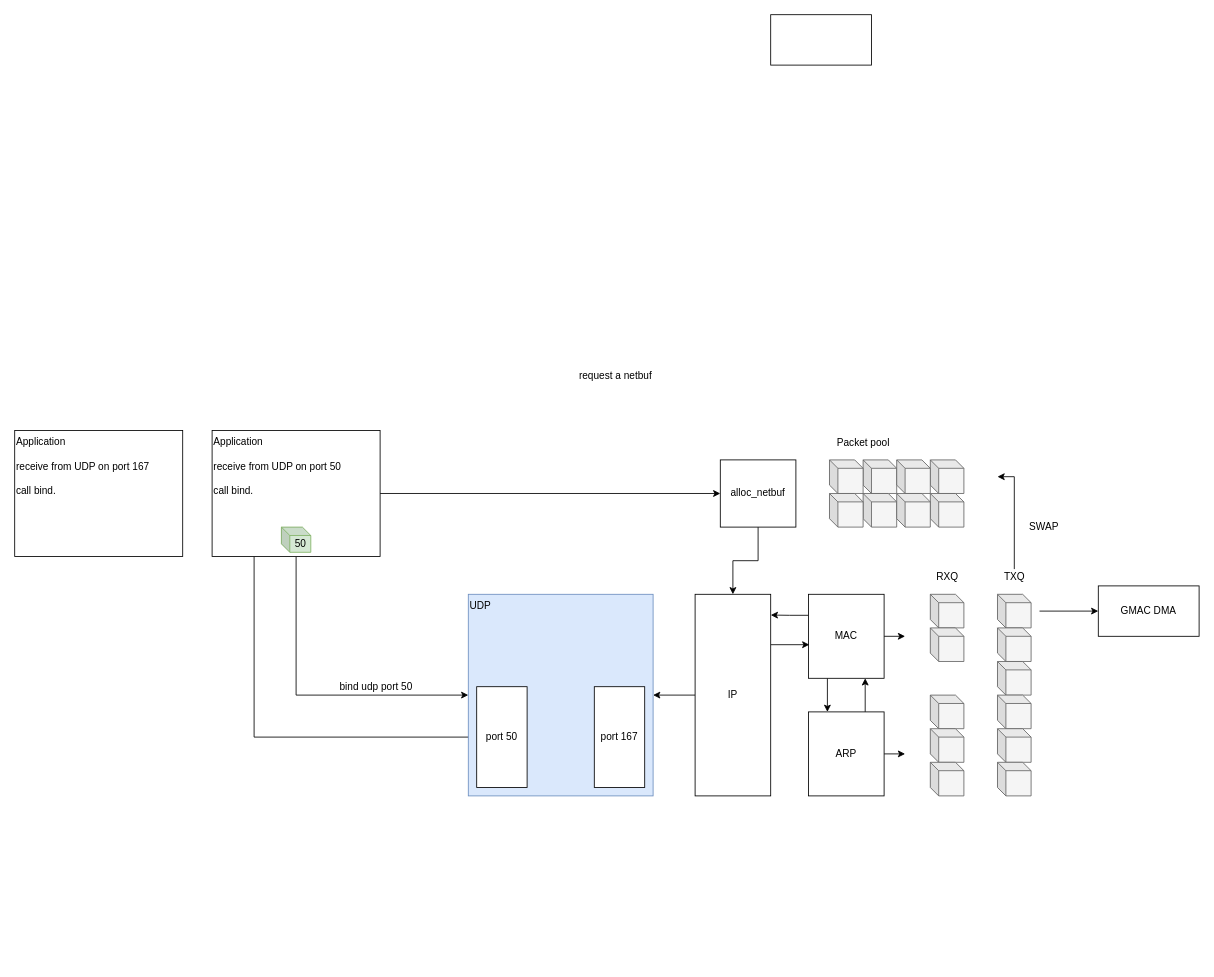
Before: doc/diagrams/net.drawio.xml in strawberryhacker/operating-system-cortex-a5, a draw.io diagram. Source tidied: cells renumbered, new cells numbered last; positions are measured from the earlier drawing's top-left corner, leaving out a move shared by most shapes. Both pictures are drawn from the tidied source at 84%, with x=0, y=0 at pixel (14, 14).
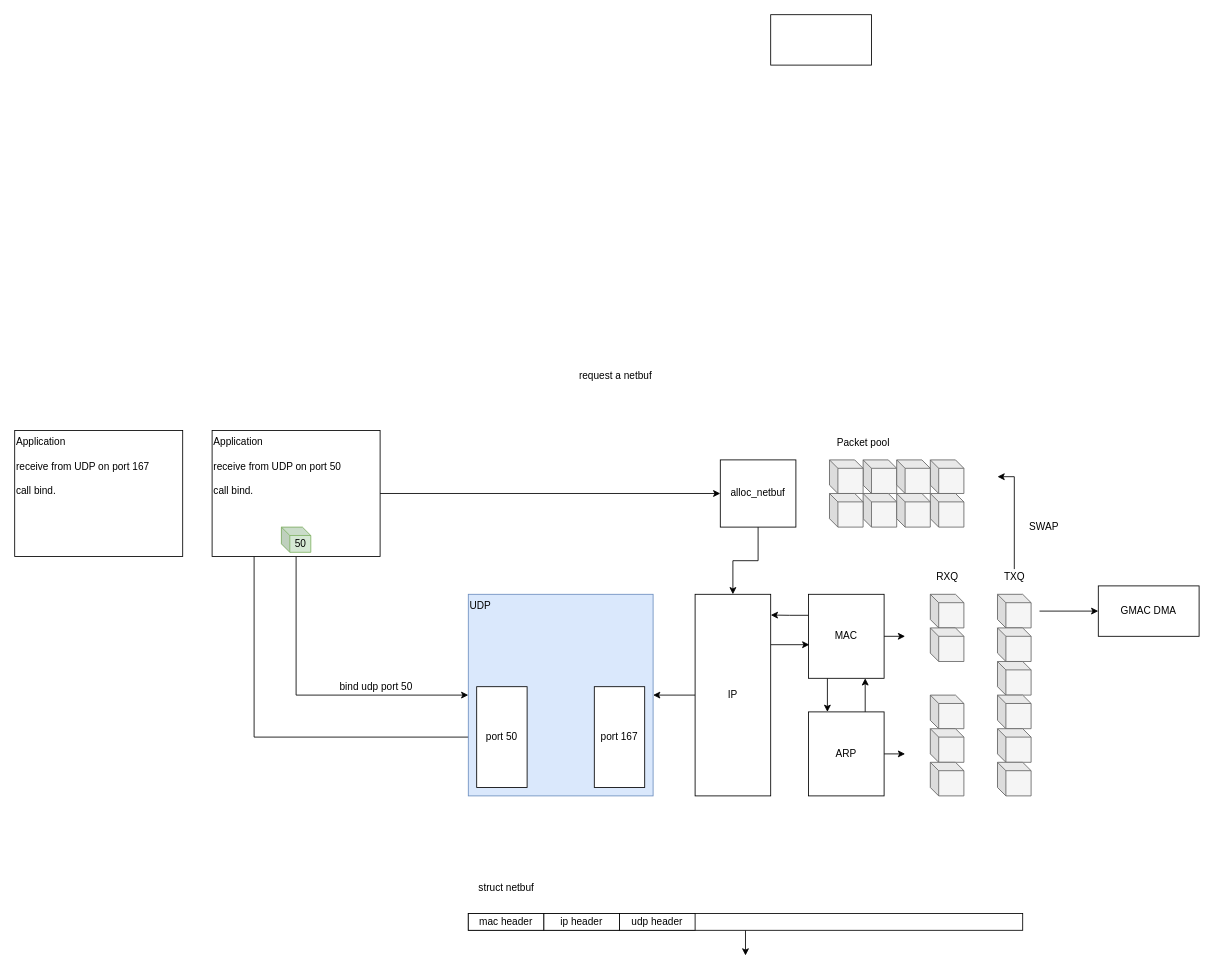
The same diagram, later.

The edit, as a diff of the source:
```diff
@@
+    <mxCell id="52" style="edgeStyle=orthogonalEdgeStyle;rounded=0;jettySize=auto;html=1;exitX=0.5;exitY=1;exitDx=0;exitDy=0;" parent="1" edge="1" source="53">
+      <mxGeometry relative="1" as="geometry">
+        <mxPoint x="870" y="1120" as="targetPoint" />
+      </mxGeometry>
+    </mxCell>
+    <mxCell id="53" style="rounded=0;whiteSpace=wrap;html=1;align=center;verticalAlign=middle;" parent="1" vertex="1">
+      <mxGeometry x="540" y="1070" width="660" height="20" as="geometry" />
+    </mxCell>
+    <mxCell id="54" value="struct netbuf" style="text;html=1;align=center;verticalAlign=middle;" parent="1" vertex="1">
+      <mxGeometry x="540" y="1030" width="90" height="20" as="geometry" />
+    </mxCell>
+    <mxCell id="55" value="mac header" style="rounded=0;whiteSpace=wrap;html=1;align=center;verticalAlign=middle;" parent="1" vertex="1">
+      <mxGeometry x="540" y="1070" width="90" height="20" as="geometry" />
+    </mxCell>
+    <mxCell id="56" value="ip header" style="rounded=0;whiteSpace=wrap;html=1;align=center;verticalAlign=middle;" parent="1" vertex="1">
+      <mxGeometry x="630" y="1070" width="90" height="20" as="geometry" />
+    </mxCell>
+    <mxCell id="57" value="udp header" style="rounded=0;whiteSpace=wrap;html=1;align=center;verticalAlign=middle;" parent="1" vertex="1">
+      <mxGeometry x="720" y="1070" width="90" height="20" as="geometry" />
+    </mxCell>
```
